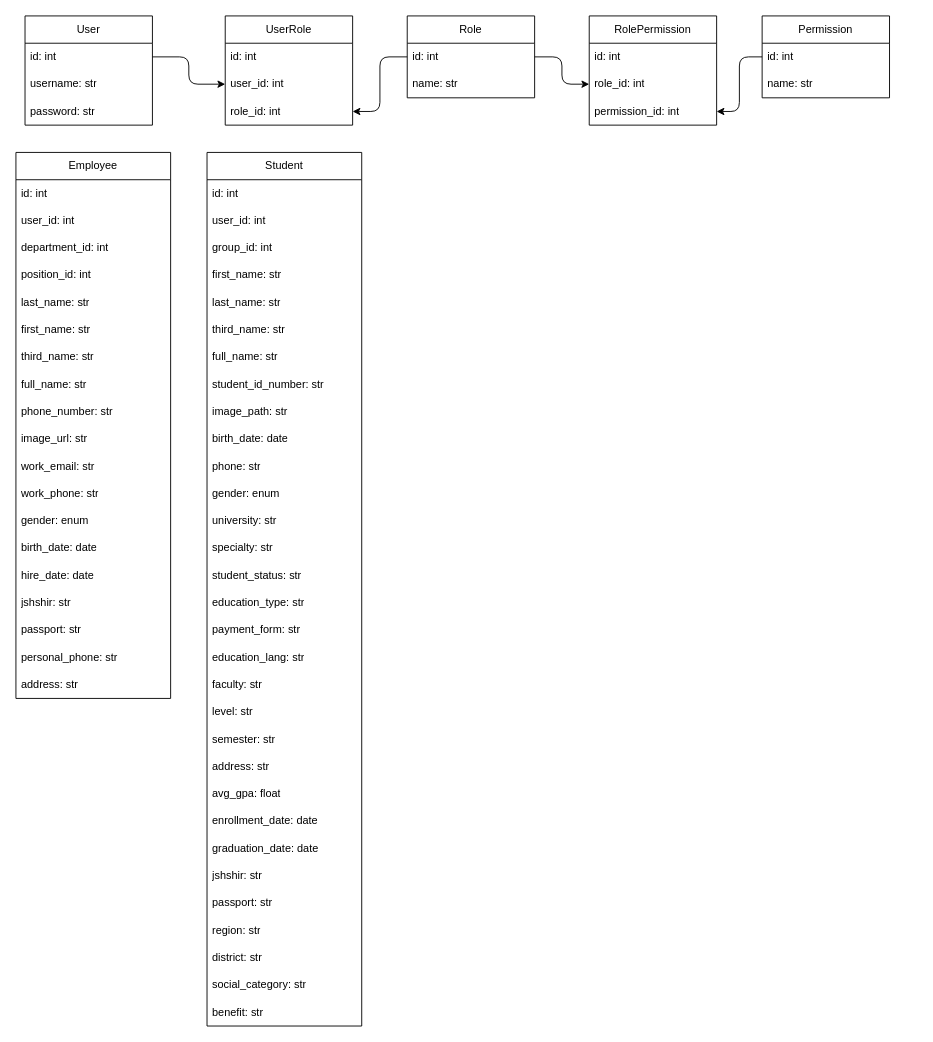
Above: project.drawio in NDKTU/ndktu-student-face-platform (draw.io), before the change. Source tidied: cells renumbered, new cells numbered last; positions are measured from the earlier drawing's top-left corner, leaving out a move shared by most shapes. Both pictures are drawn from the tidied source at 91%, with x=0, y=0 at pixel (15, 15).
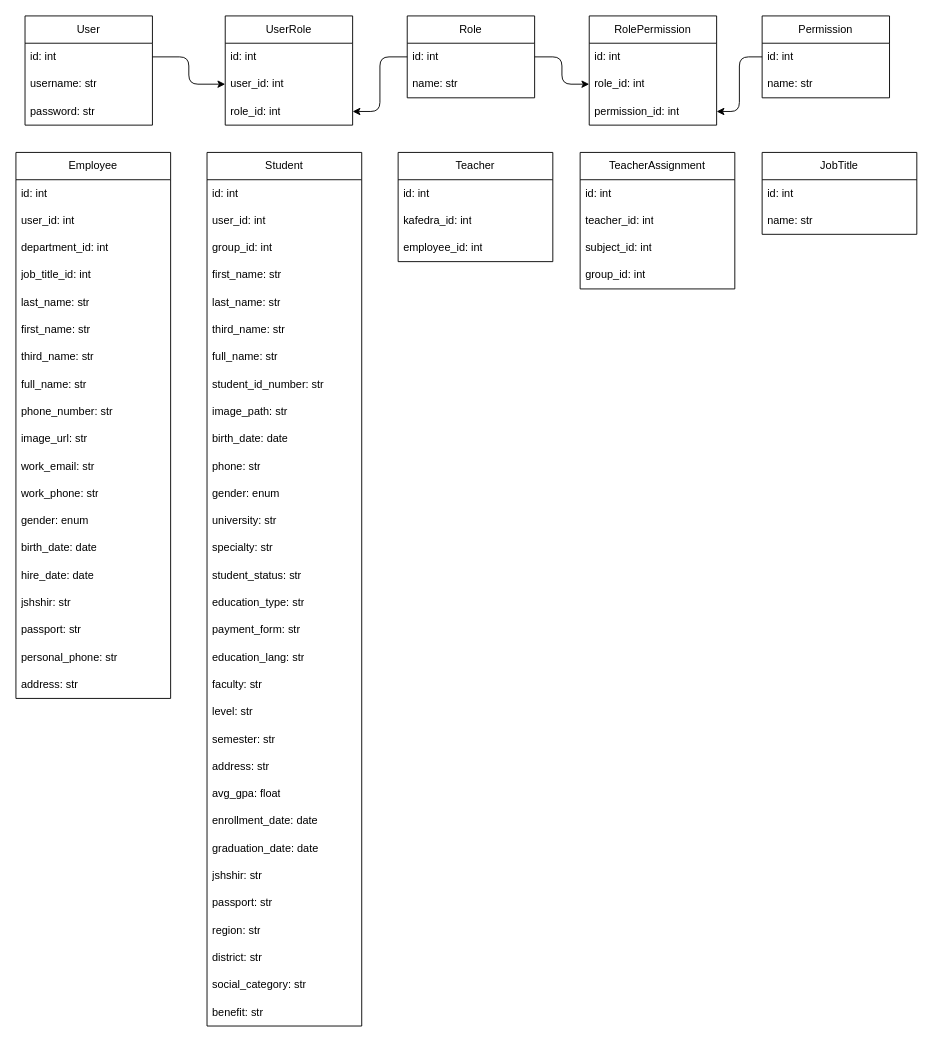
The same page after the edit.

The change refers to these unchanged cells:
```xml
<mxCell id="24" value="Employee" style="swimlane;fontStyle=0;horizontal=1;startSize=30;whiteSpace=wrap;html=1;" parent="1" vertex="1">
  <mxGeometry y="150" width="170" height="600" as="geometry" />
</mxCell>
```

Diff of the diagram source:
```diff
@@
-    <mxCell id="28" value="position_id: int" style="text;strokeColor=none;fillColor=none;align=left;verticalAlign=middle;spacingLeft=4;spacingRight=4;overflow=hidden;whiteSpace=wrap;html=1;" parent="24" vertex="1">
+    <mxCell id="28" value="job_title_id: int" style="text;strokeColor=none;fillColor=none;align=left;verticalAlign=middle;spacingLeft=4;spacingRight=4;overflow=hidden;whiteSpace=wrap;html=1;" parent="24" vertex="1">
       <mxGeometry y="120" width="140" height="30" as="geometry" />
     </mxCell>
@@
+    <mxCell id="76" value="Teacher" style="swimlane;fontStyle=0;horizontal=1;startSize=30;whiteSpace=wrap;html=1;" parent="1" vertex="1">
+      <mxGeometry x="420" y="150" width="170" height="120" as="geometry" />
+    </mxCell>
+    <mxCell id="77" value="id: int" style="text;strokeColor=none;fillColor=none;align=left;verticalAlign=middle;spacingLeft=4;spacingRight=4;overflow=hidden;whiteSpace=wrap;html=1;" parent="76" vertex="1">
+      <mxGeometry y="30" width="140" height="30" as="geometry" />
+    </mxCell>
+    <mxCell id="78" value="kafedra_id: int" style="text;strokeColor=none;fillColor=none;align=left;verticalAlign=middle;spacingLeft=4;spacingRight=4;overflow=hidden;whiteSpace=wrap;html=1;" parent="76" vertex="1">
+      <mxGeometry y="60" width="140" height="30" as="geometry" />
+    </mxCell>
+    <mxCell id="79" value="employee_id: int" style="text;strokeColor=none;fillColor=none;align=left;verticalAlign=middle;spacingLeft=4;spacingRight=4;overflow=hidden;whiteSpace=wrap;html=1;" parent="76" vertex="1">
+      <mxGeometry y="90" width="140" height="30" as="geometry" />
+    </mxCell>
+    <mxCell id="80" value="TeacherAssignment" style="swimlane;fontStyle=0;horizontal=1;startSize=30;whiteSpace=wrap;html=1;" parent="1" vertex="1">
+      <mxGeometry x="620" y="150" width="170" height="150" as="geometry" />
+    </mxCell>
+    <mxCell id="81" value="id: int" style="text;strokeColor=none;fillColor=none;align=left;verticalAlign=middle;spacingLeft=4;spacingRight=4;overflow=hidden;whiteSpace=wrap;html=1;" parent="80" vertex="1">
+      <mxGeometry y="30" width="140" height="30" as="geometry" />
+    </mxCell>
+    <mxCell id="82" value="teacher_id: int" style="text;strokeColor=none;fillColor=none;align=left;verticalAlign=middle;spacingLeft=4;spacingRight=4;overflow=hidden;whiteSpace=wrap;html=1;" parent="80" vertex="1">
+      <mxGeometry y="60" width="140" height="30" as="geometry" />
+    </mxCell>
+    <mxCell id="83" value="subject_id: int" style="text;strokeColor=none;fillColor=none;align=left;verticalAlign=middle;spacingLeft=4;spacingRight=4;overflow=hidden;whiteSpace=wrap;html=1;" parent="80" vertex="1">
+      <mxGeometry y="90" width="140" height="30" as="geometry" />
+    </mxCell>
+    <mxCell id="84" value="group_id: int" style="text;strokeColor=none;fillColor=none;align=left;verticalAlign=middle;spacingLeft=4;spacingRight=4;overflow=hidden;whiteSpace=wrap;html=1;" parent="80" vertex="1">
+      <mxGeometry y="120" width="140" height="30" as="geometry" />
+    </mxCell>
+    <mxCell id="85" value="JobTitle" style="swimlane;fontStyle=0;horizontal=1;startSize=30;whiteSpace=wrap;html=1;" parent="1" vertex="1">
+      <mxGeometry x="820" y="150" width="170" height="90" as="geometry" />
+    </mxCell>
+    <mxCell id="86" value="id: int" style="text;strokeColor=none;fillColor=none;align=left;verticalAlign=middle;spacingLeft=4;spacingRight=4;overflow=hidden;whiteSpace=wrap;html=1;" parent="85" vertex="1">
+      <mxGeometry y="30" width="140" height="30" as="geometry" />
+    </mxCell>
+    <mxCell id="87" value="name: str" style="text;strokeColor=none;fillColor=none;align=left;verticalAlign=middle;spacingLeft=4;spacingRight=4;overflow=hidden;whiteSpace=wrap;html=1;" parent="85" vertex="1">
+      <mxGeometry y="60" width="140" height="30" as="geometry" />
+    </mxCell>
```
